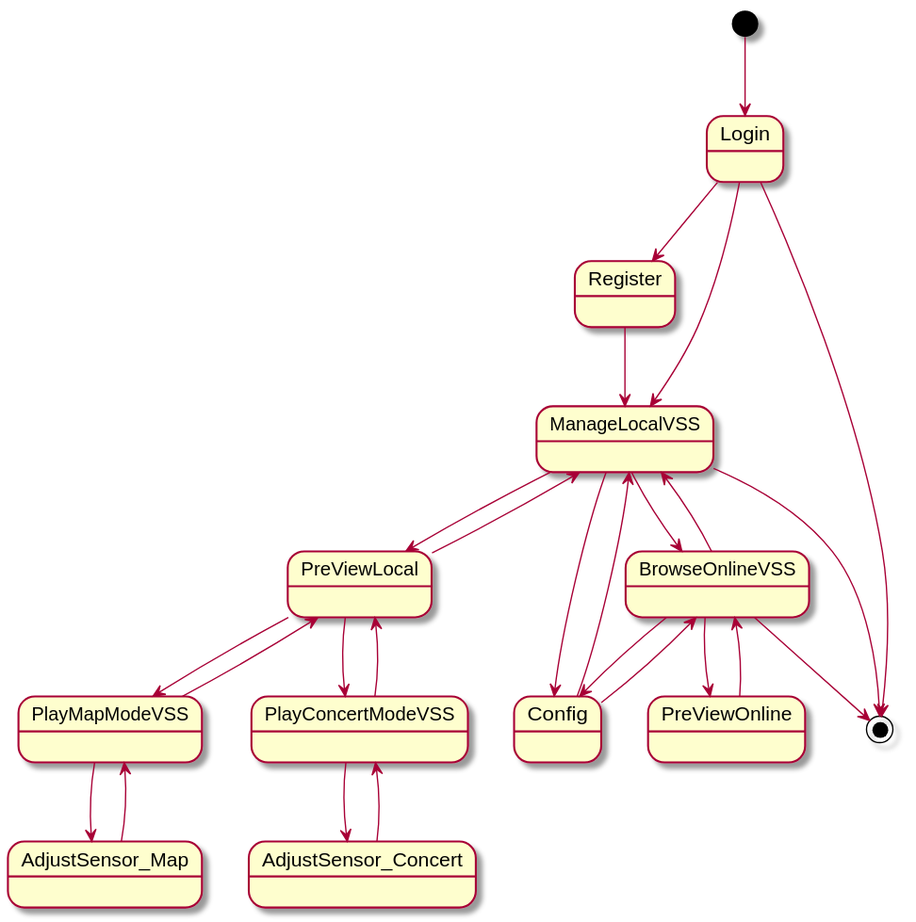
Above: 需求定义/软件需求规约_001.svg in kpp19920121/doc (PlantUML), before the change. The source it was exported from:
```plantuml
@startuml
[*] --> Login
Login --> Register
Register --> ManageLocalVSS
Login --> ManageLocalVSS
ManageLocalVSS --> BrowseOnlineVSS
BrowseOnlineVSS --> ManageLocalVSS
BrowseOnlineVSS --> PreViewOnline
ManageLocalVSS --> PreViewLocal
PreViewLocal --> PlayMapModeVSS
PlayMapModeVSS --> PreViewLocal
PreViewLocal --> ManageLocalVSS
PreViewLocal --> PlayConcertModeVSS
PlayConcertModeVSS --> PreViewLocal
PreViewOnline --> BrowseOnlineVSS
PlayMapModeVSS --> AdjustSensor_Map
AdjustSensor_Map --> PlayMapModeVSS
PlayConcertModeVSS --> AdjustSensor_Concert
AdjustSensor_Concert --> PlayConcertModeVSS

Login --> [*]
ManageLocalVSS --> [*]
BrowseOnlineVSS --> [*]
ManageLocalVSS --> Config
Config --> ManageLocalVSS
BrowseOnlineVSS --> Config
Config --> BrowseOnlineVSS



@enduml
```
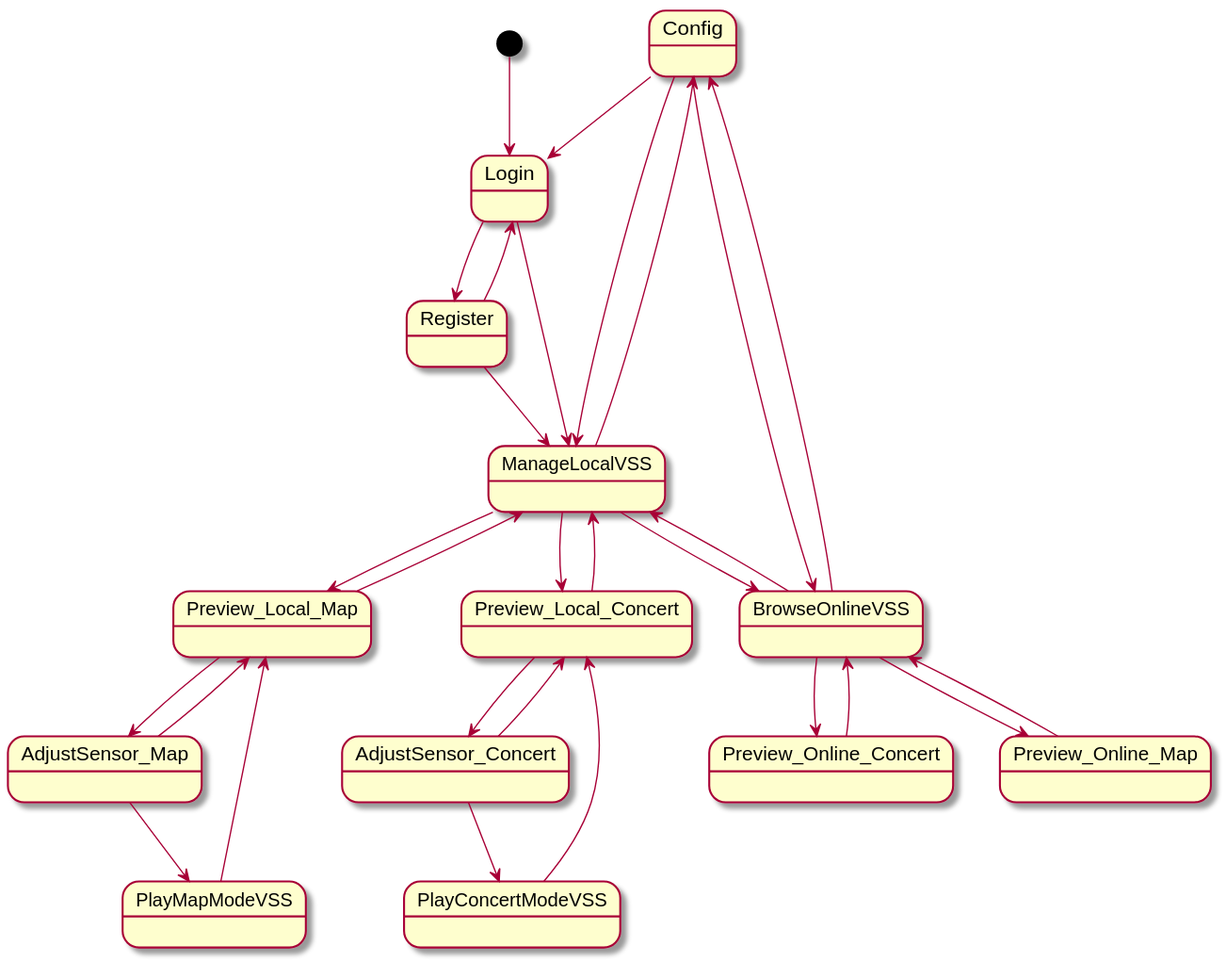
After the change.

The edit, as a diff of the source:
```diff
@@ -1,30 +1,33 @@
 @startuml
+Config --> Login
+
 [*] --> Login
 Login --> Register
+Register --> Login
 Register --> ManageLocalVSS
 Login --> ManageLocalVSS
+ManageLocalVSS --> Preview_Local_Map
+ManageLocalVSS --> Preview_Local_Concert
+Preview_Local_Map --> ManageLocalVSS
+Preview_Local_Concert --> ManageLocalVSS
+Preview_Local_Map --> AdjustSensor_Map
+Preview_Local_Concert --> AdjustSensor_Concert
+AdjustSensor_Map --> Preview_Local_Map
+AdjustSensor_Concert --> Preview_Local_Concert
+AdjustSensor_Map --> PlayMapModeVSS
+AdjustSensor_Concert --> PlayConcertModeVSS
+PlayMapModeVSS --> Preview_Local_Map
+PlayConcertModeVSS --> Preview_Local_Concert
 ManageLocalVSS --> BrowseOnlineVSS
 BrowseOnlineVSS --> ManageLocalVSS
-BrowseOnlineVSS --> PreViewOnline
-ManageLocalVSS --> PreViewLocal
-PreViewLocal --> PlayMapModeVSS
-PlayMapModeVSS --> PreViewLocal
-PreViewLocal --> ManageLocalVSS
-PreViewLocal --> PlayConcertModeVSS
-PlayConcertModeVSS --> PreViewLocal
-PreViewOnline --> BrowseOnlineVSS
-PlayMapModeVSS --> AdjustSensor_Map
-AdjustSensor_Map --> PlayMapModeVSS
-PlayConcertModeVSS --> AdjustSensor_Concert
-AdjustSensor_Concert --> PlayConcertModeVSS
-
-Login --> [*]
-ManageLocalVSS --> [*]
-BrowseOnlineVSS --> [*]
+BrowseOnlineVSS --> Config
+Config --> BrowseOnlineVSS
 ManageLocalVSS --> Config
 Config --> ManageLocalVSS
-BrowseOnlineVSS --> Config
-Config --> BrowseOnlineVSS
+BrowseOnlineVSS --> Preview_Online_Concert
+Preview_Online_Concert --> BrowseOnlineVSS
+BrowseOnlineVSS --> Preview_Online_Map
+Preview_Online_Map --> BrowseOnlineVSS
 
 
 
```
